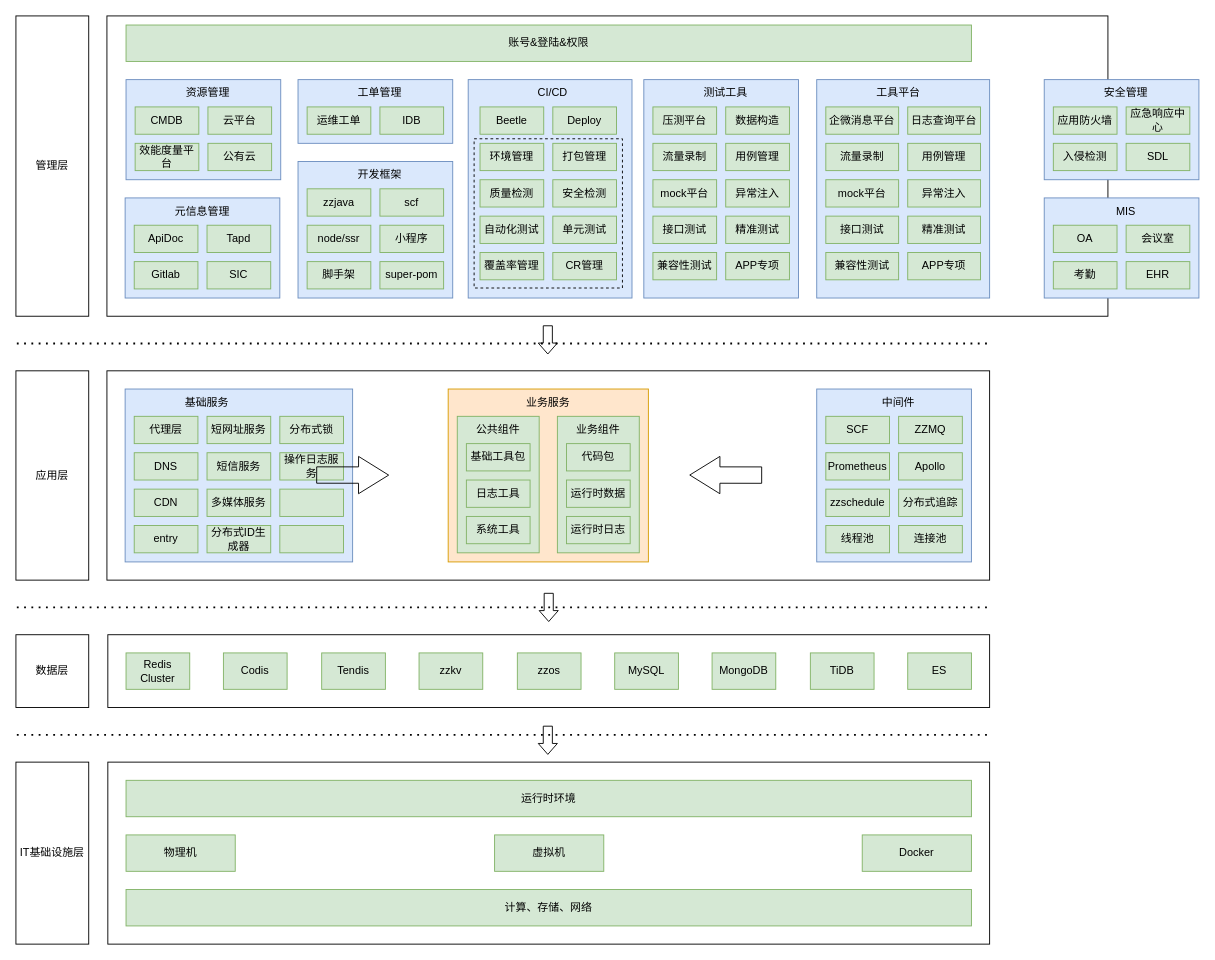
This is tc/技术基础体系架构.drawio from zhuanzhuan-tech/arch-draw-io, a draw.io file, before an edit. Source tidied: cells renumbered, new cells numbered last; positions are measured from the earlier drawing's top-left corner, leaving out a move shared by most shapes. Both pictures are drawn from the tidied source at 91%, with x=0, y=0 at pixel (15, 15).
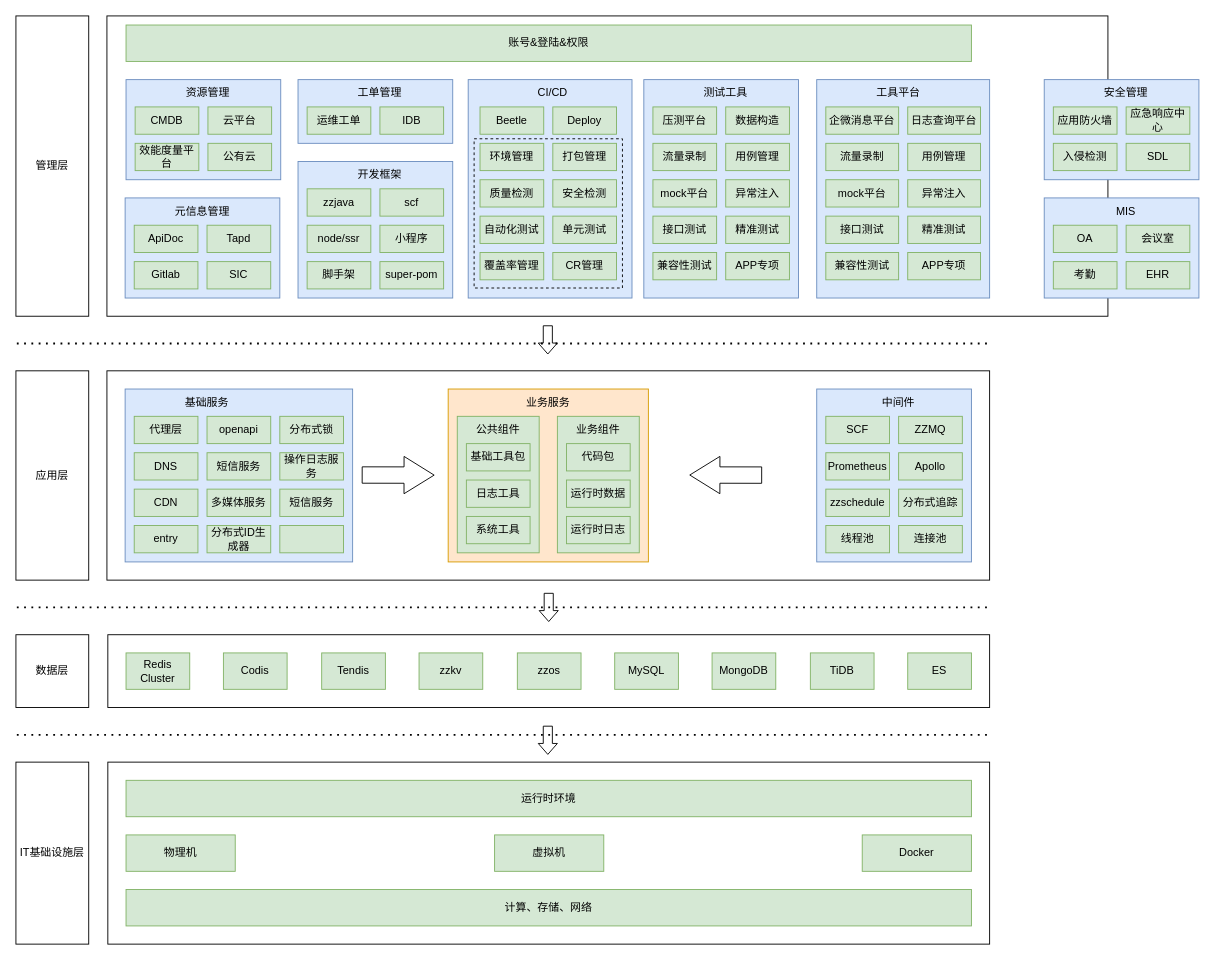
The same diagram, later.

Commit message:
更新技术基础体系架构.drawio

The change refers to these unchanged cells:
```xml
<mxCell id="85" style="group;" parent="1" vertex="1">
  <mxGeometry x="120" y="410" width="250" height="190" as="geometry" />
</mxCell>
```

Change to the diagram source:
```diff
@@
-    <mxCell id="94" value="短网址服务" style="rounded=0;whiteSpace=wrap;html=1;fillColor=#d5e8d4;strokeColor=#82b366;" parent="85" vertex="1">
+    <mxCell id="94" value="openapi" style="rounded=0;whiteSpace=wrap;html=1;fillColor=#d5e8d4;strokeColor=#82b366;" parent="85" vertex="1">
       <mxGeometry x="90" y="30" width="70" height="30" as="geometry" />
     </mxCell>
@@
-    <mxCell id="96" style="rounded=0;whiteSpace=wrap;html=1;fillColor=#d5e8d4;strokeColor=#82b366;" parent="85" vertex="1">
+    <mxCell id="96" value="短信服务" style="rounded=0;whiteSpace=wrap;html=1;fillColor=#d5e8d4;strokeColor=#82b366;" parent="85" vertex="1">
       <mxGeometry x="170" y="110" width="70" height="30" as="geometry" />
     </mxCell>
@@
     <mxCell id="124" style="shape=flexArrow;endArrow=classic;html=1;rounded=0;entryX=0.33;entryY=0.609;entryDx=0;entryDy=0;entryPerimeter=0;endWidth=22;endSize=10.7;width=18;" parent="1" edge="1">
       <mxGeometry relative="1" as="geometry">
-        <mxPoint x="330" y="504.5" as="sourcePoint" />
-        <mxPoint x="410.1" y="504.6" as="targetPoint" />
+        <mxPoint x="380" y="504.5" as="sourcePoint" />
+        <mxPoint x="460.1" y="504.6" as="targetPoint" />
       </mxGeometry>
     </mxCell>
```
